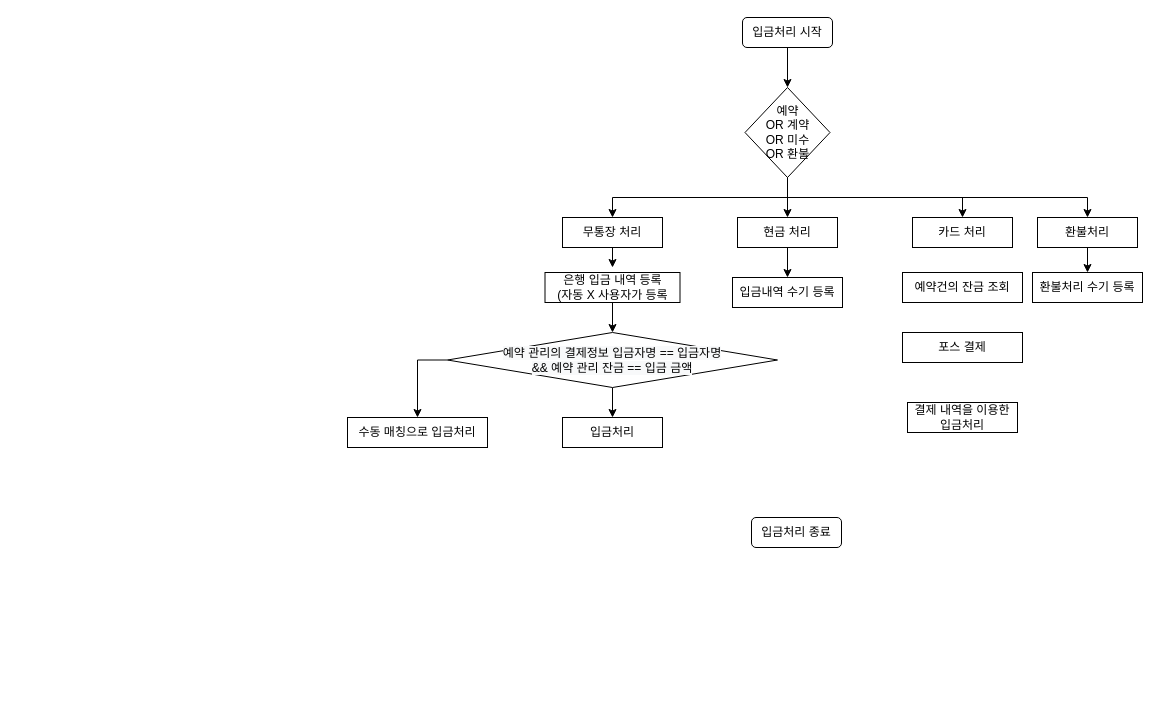
This is page "페이지-1" (1 of 5) of 제목 없는 다이어그램.drawio from nsnnsn12/TestProject, a draw.io file, before an edit. Source tidied: cells renumbered, new cells numbered last; positions are measured from the earlier drawing's top-left corner, leaving out a move shared by most shapes. Both pictures are drawn from the tidied source at 100%, with x=0, y=0 at pixel (347, 17).
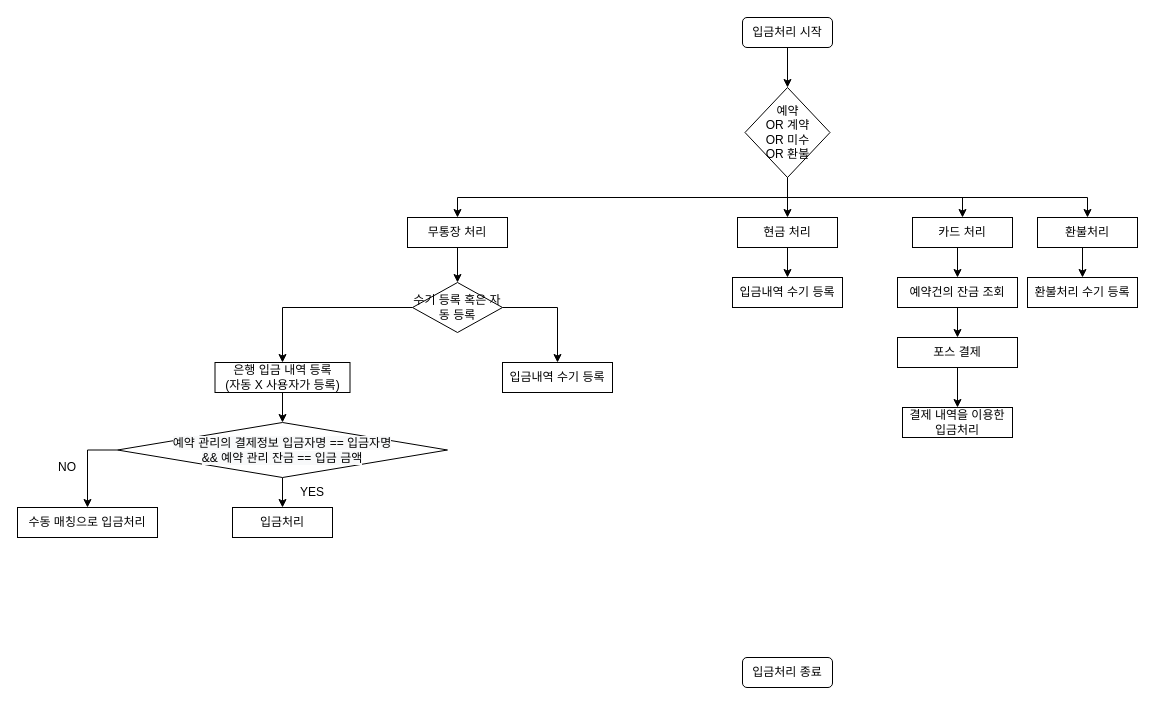
After the change.

Unchanged cells that the change refers to:
```xml
<mxCell id="14" value="카드 처리" style="rounded=0;whiteSpace=wrap;html=1;" parent="1" vertex="1">
  <mxGeometry x="565" y="200" width="100" height="30" as="geometry" />
</mxCell>
```

Change to the diagram source:
```diff
@@
     <mxCell id="4" value="입금처리 종료" style="rounded=1;whiteSpace=wrap;html=1;" parent="1" vertex="1">
-      <mxGeometry x="404" y="500" width="90" height="30" as="geometry" />
+      <mxGeometry x="395" y="640" width="90" height="30" as="geometry" />
     </mxCell>
@@
-    <mxCell id="10" style="edgeStyle=orthogonalEdgeStyle;rounded=0;jettySize=auto;html=1;exitX=0.5;exitY=1;exitDx=0;exitDy=0;" parent="1" edge="1" source="11">
-      <mxGeometry relative="1" as="geometry">
-        <mxPoint x="265" y="250" as="targetPoint" />
-      </mxGeometry>
-    </mxCell>
+    <mxCell id="29" style="edgeStyle=orthogonalEdgeStyle;rounded=0;jettySize=auto;html=1;exitX=0.5;exitY=1;exitDx=0;exitDy=0;" parent="1" edge="1" source="11" target="37">
+      <mxGeometry relative="1" as="geometry" />
+    </mxCell>
     <mxCell id="11" value="무통장 처리" style="rounded=0;whiteSpace=wrap;html=1;" parent="1" vertex="1">
-      <mxGeometry x="215" y="200" width="100" height="30" as="geometry" />
+      <mxGeometry x="60" y="200" width="100" height="30" as="geometry" />
     </mxCell>
@@
+    <mxCell id="30" style="edgeStyle=orthogonalEdgeStyle;rounded=0;jettySize=auto;html=1;exitX=0.5;exitY=1;exitDx=0;exitDy=0;entryX=0.5;entryY=0;entryDx=0;entryDy=0;" parent="1" edge="1" source="14" target="22">
+      <mxGeometry relative="1" as="geometry" />
+    </mxCell>
@@
-    <mxCell id="16" value="은행 입금 내역 등록&lt;br&gt;(자동 X 사용자가 등록" style="rounded=0;whiteSpace=wrap;html=1;" parent="1" vertex="1">
-      <mxGeometry x="197.5" y="255" width="135" height="30" as="geometry" />
+    <mxCell id="16" value="은행 입금 내역 등록&lt;br&gt;(자동 X 사용자가 등록)" style="rounded=0;whiteSpace=wrap;html=1;" parent="1" vertex="1">
+      <mxGeometry x="-132.5" y="345" width="135" height="30" as="geometry" />
     </mxCell>
@@
     <mxCell id="19" value="&#10;&#10;&lt;span style=&quot;color: rgb(0, 0, 0); font-family: helvetica; font-size: 12px; font-style: normal; font-weight: 400; letter-spacing: normal; text-align: center; text-indent: 0px; text-transform: none; word-spacing: 0px; background-color: rgb(248, 249, 250); display: inline; float: none;&quot;&gt;예약 관리의 결제정보 입금자명 == 입금자명&lt;/span&gt;&lt;br style=&quot;color: rgb(0, 0, 0); font-family: helvetica; font-size: 12px; font-style: normal; font-weight: 400; letter-spacing: normal; text-align: center; text-indent: 0px; text-transform: none; word-spacing: 0px; background-color: rgb(248, 249, 250);&quot;&gt;&lt;span style=&quot;color: rgb(0, 0, 0); font-family: helvetica; font-size: 12px; font-style: normal; font-weight: 400; letter-spacing: normal; text-align: center; text-indent: 0px; text-transform: none; word-spacing: 0px; background-color: rgb(248, 249, 250); display: inline; float: none;&quot;&gt;&amp;amp;&amp;amp; 예약 관리 잔금 == 입금 금액&lt;/span&gt;&#10;&#10;" style="rhombus;whiteSpace=wrap;html=1;" parent="1" vertex="1">
-      <mxGeometry x="100" y="315" width="330" height="55" as="geometry" />
+      <mxGeometry x="-230" y="405" width="330" height="55" as="geometry" />
     </mxCell>
     <mxCell id="20" value="입금처리" style="rounded=0;whiteSpace=wrap;html=1;" parent="1" vertex="1">
-      <mxGeometry x="215" y="400" width="100" height="30" as="geometry" />
+      <mxGeometry x="-115" y="490" width="100" height="30" as="geometry" />
     </mxCell>
     <mxCell id="21" value="수동 매칭으로 입금처리" style="rounded=0;whiteSpace=wrap;html=1;" parent="1" vertex="1">
-      <mxGeometry y="400" width="140" height="30" as="geometry" />
+      <mxGeometry x="-330" y="490" width="140" height="30" as="geometry" />
     </mxCell>
+    <mxCell id="31" style="edgeStyle=orthogonalEdgeStyle;rounded=0;jettySize=auto;html=1;exitX=0.5;exitY=1;exitDx=0;exitDy=0;entryX=0.5;entryY=0;entryDx=0;entryDy=0;" parent="1" edge="1" source="22" target="23">
+      <mxGeometry relative="1" as="geometry" />
+    </mxCell>
     <mxCell id="22" value="예약건의 잔금 조회" style="rounded=0;whiteSpace=wrap;html=1;" parent="1" vertex="1">
-      <mxGeometry x="555" y="255" width="120" height="30" as="geometry" />
+      <mxGeometry x="550" y="260" width="120" height="30" as="geometry" />
     </mxCell>
+    <mxCell id="32" style="edgeStyle=orthogonalEdgeStyle;rounded=0;jettySize=auto;html=1;exitX=0.5;exitY=1;exitDx=0;exitDy=0;entryX=0.5;entryY=0;entryDx=0;entryDy=0;" parent="1" edge="1" source="23" target="24">
+      <mxGeometry relative="1" as="geometry" />
+    </mxCell>
     <mxCell id="23" value="포스 결제" style="rounded=0;whiteSpace=wrap;html=1;" parent="1" vertex="1">
-      <mxGeometry x="555" y="315" width="120" height="30" as="geometry" />
+      <mxGeometry x="550" y="320" width="120" height="30" as="geometry" />
     </mxCell>
     <mxCell id="24" value="결제 내역을 이용한 입금처리" style="rounded=0;whiteSpace=wrap;html=1;" parent="1" vertex="1">
-      <mxGeometry x="560" y="385" width="110" height="30" as="geometry" />
+      <mxGeometry x="555" y="390" width="110" height="30" as="geometry" />
     </mxCell>
@@
     <mxCell id="28" value="환불처리 수기 등록" style="rounded=0;whiteSpace=wrap;html=1;" parent="1" vertex="1">
-      <mxGeometry x="685" y="255" width="110" height="30" as="geometry" />
+      <mxGeometry x="680" y="260" width="110" height="30" as="geometry" />
     </mxCell>
+    <mxCell id="33" value="YES" style="text;html=1;strokeColor=none;fillColor=none;align=center;verticalAlign=middle;whiteSpace=wrap;rounded=0;" parent="1" vertex="1">
+      <mxGeometry x="-55" y="465" width="40" height="20" as="geometry" />
+    </mxCell>
+    <mxCell id="34" value="NO" style="text;html=1;strokeColor=none;fillColor=none;align=center;verticalAlign=middle;whiteSpace=wrap;rounded=0;" parent="1" vertex="1">
+      <mxGeometry x="-300" y="440" width="40" height="20" as="geometry" />
+    </mxCell>
+    <mxCell id="35" style="edgeStyle=orthogonalEdgeStyle;rounded=0;jettySize=auto;html=1;exitX=0;exitY=0.5;exitDx=0;exitDy=0;entryX=0.5;entryY=0;entryDx=0;entryDy=0;" parent="1" edge="1" source="37" target="16">
+      <mxGeometry relative="1" as="geometry" />
+    </mxCell>
+    <mxCell id="36" style="edgeStyle=orthogonalEdgeStyle;rounded=0;jettySize=auto;html=1;exitX=1;exitY=0.5;exitDx=0;exitDy=0;" parent="1" edge="1" source="37" target="38">
+      <mxGeometry relative="1" as="geometry" />
+    </mxCell>
+    <mxCell id="37" value="수기 등록 혹은 자동 등록" style="rhombus;whiteSpace=wrap;html=1;" parent="1" vertex="1">
+      <mxGeometry x="65" y="265" width="90" height="50" as="geometry" />
+    </mxCell>
+    <mxCell id="38" value="입금내역 수기 등록" style="rounded=0;whiteSpace=wrap;html=1;" parent="1" vertex="1">
+      <mxGeometry x="155" y="345" width="110" height="30" as="geometry" />
+    </mxCell>
```
